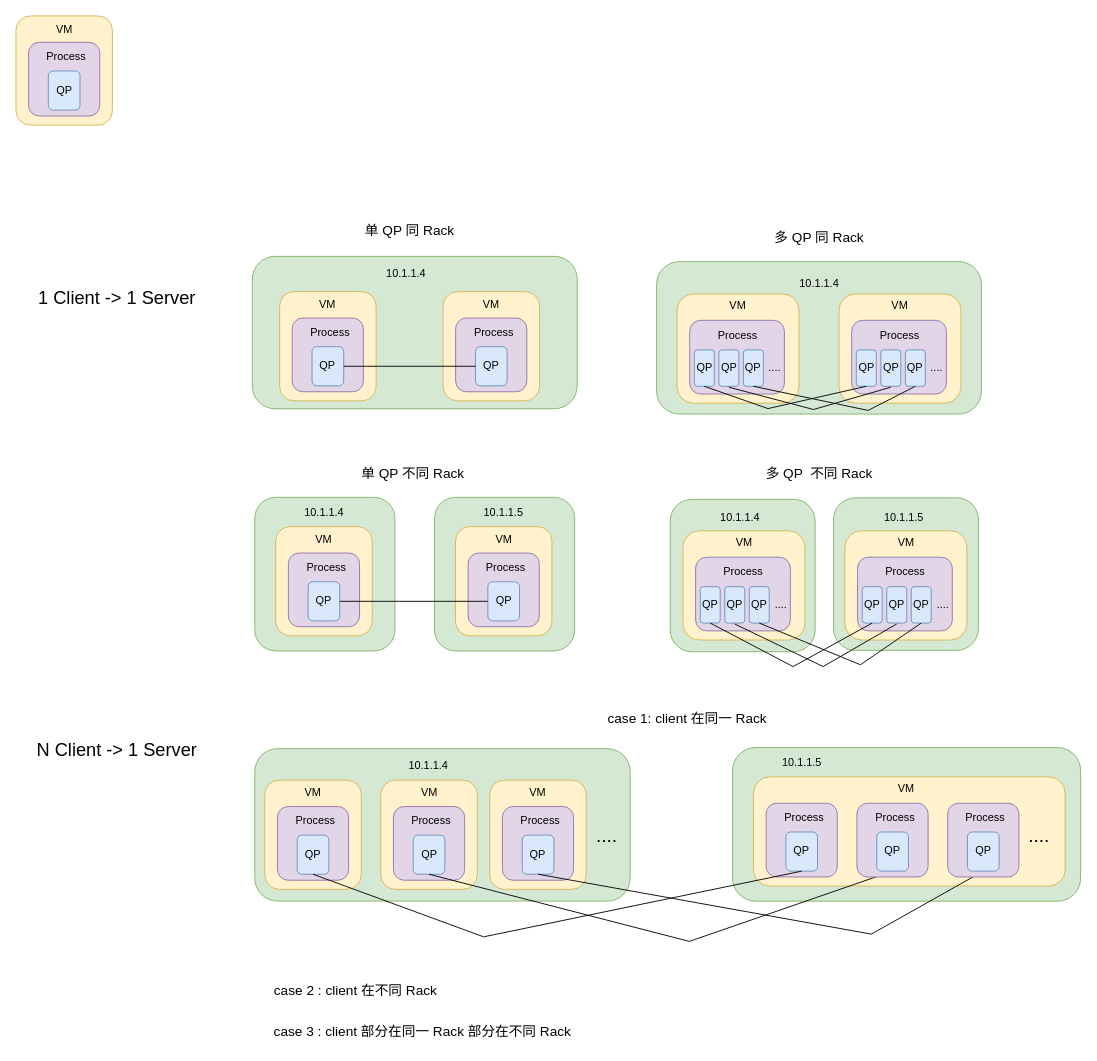
Earlier version of the draw.io diagram topo.drawio (should4/TCU-AutoTest). Source tidied: cells renumbered, new cells numbered last; positions are measured from the earlier drawing's top-left corner, leaving out a move shared by most shapes. Both pictures are drawn from the tidied source at 91%, with x=0, y=0 at pixel (15, 15).
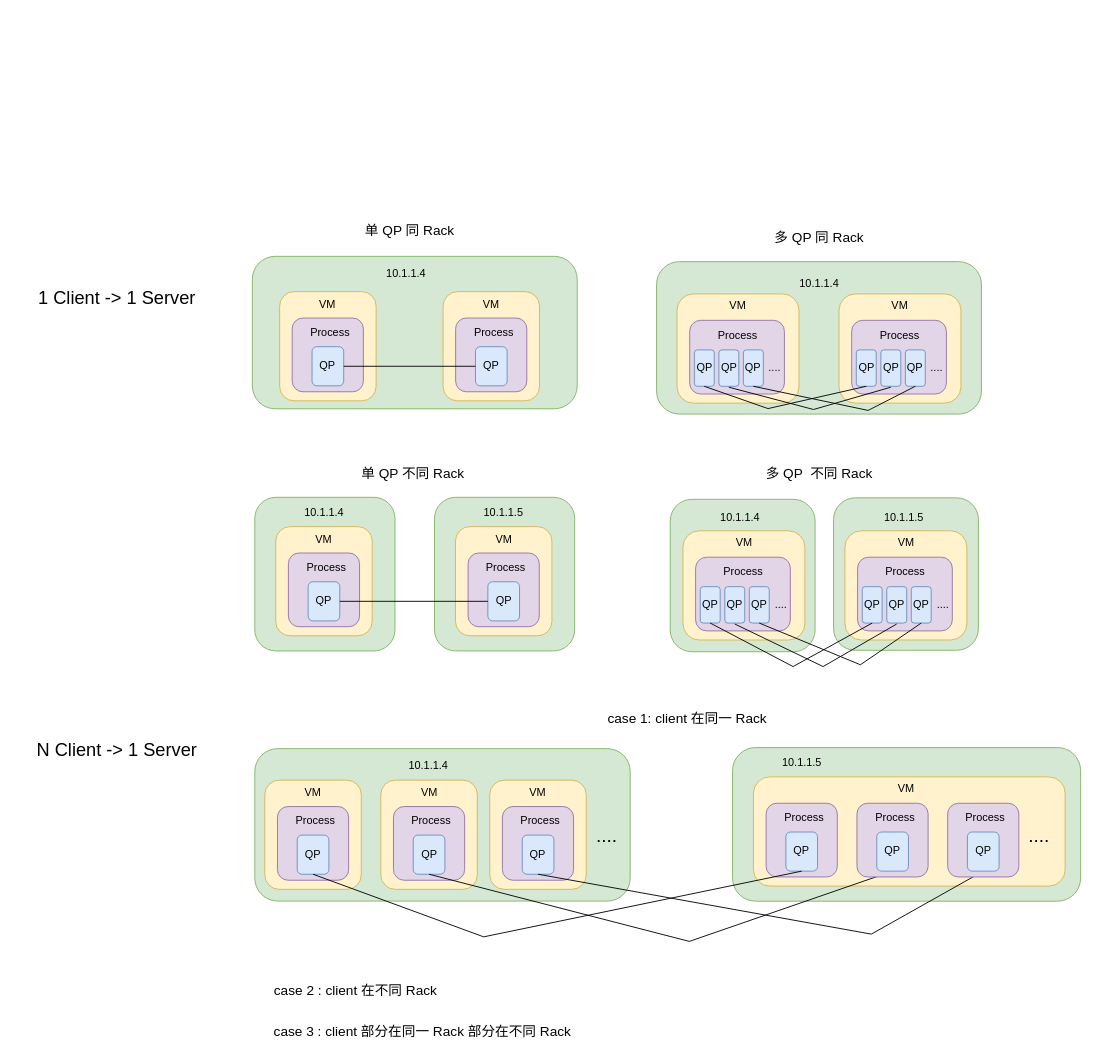
The same diagram, later.

Change to the diagram source:
```diff
@@
-<mxGraphModel>
+<mxGraphModel background="#ffffff">
@@
-    <mxCell id="46" style="rounded=1;whiteSpace=wrap;html=1;fillColor=#fff2cc;strokeColor=#d6b656;" parent="1" vertex="1">
-      <mxGeometry width="106" height="120" as="geometry" />
-    </mxCell>
-    <mxCell id="47" value="VM" style="text;strokeColor=none;align=center;fillColor=none;html=1;verticalAlign=middle;whiteSpace=wrap;rounded=0;" parent="1" vertex="1">
-      <mxGeometry x="27.5" y="8" width="51" height="13" as="geometry" />
-    </mxCell>
-    <mxCell id="48" style="rounded=1;whiteSpace=wrap;html=1;fillColor=#e1d5e7;strokeColor=#9673a6;" parent="1" vertex="1">
-      <mxGeometry x="13.9" y="29" width="78.2" height="81" as="geometry" />
-    </mxCell>
-    <mxCell id="49" value="QP" style="rounded=1;whiteSpace=wrap;html=1;fillColor=#dae8fc;strokeColor=#6c8ebf;" parent="1" vertex="1">
-      <mxGeometry x="35.6" y="60.5" width="34.8" height="43" as="geometry" />
-    </mxCell>
-    <mxCell id="50" value="Process" style="text;strokeColor=none;align=center;fillColor=none;html=1;verticalAlign=middle;whiteSpace=wrap;rounded=0;" parent="1" vertex="1">
-      <mxGeometry x="29.1" y="37" width="53.2" height="16" as="geometry" />
-    </mxCell>
```
